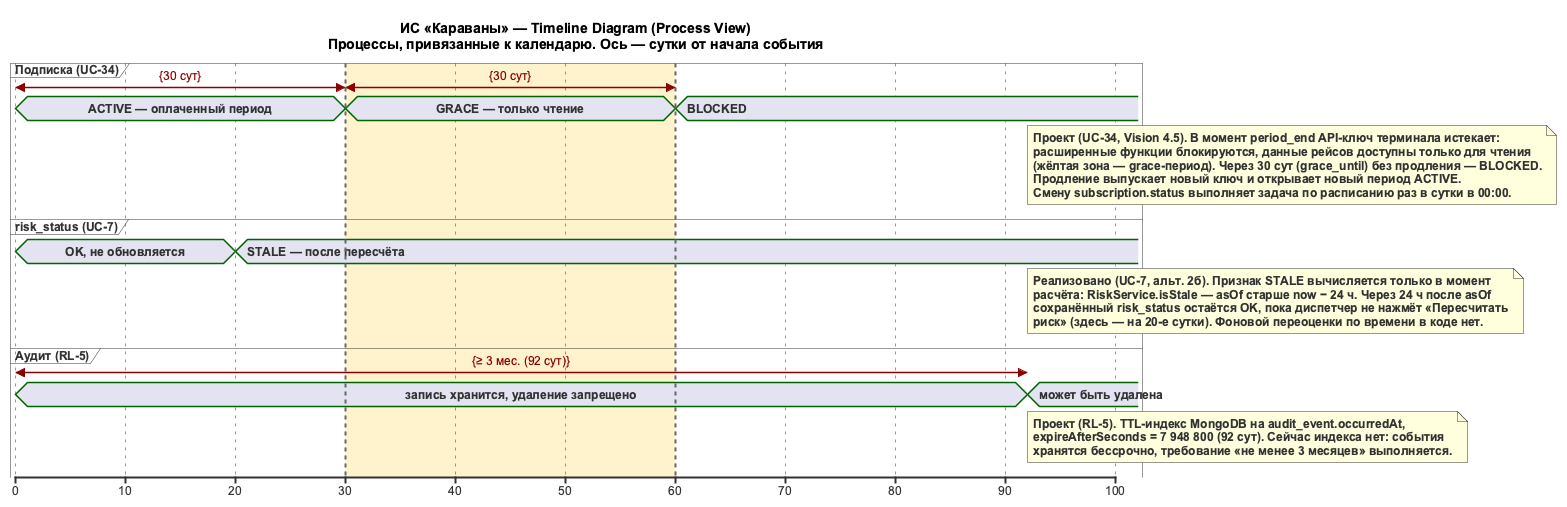
Above: docs/diagrams/out/TL_Calendar_ProcessView.png in granikartem/MPI (PlantUML), before the change. Its diagram source:
```plantuml
@startuml TL_Calendar_ProcessView
skinparam defaultFontName Arial
skinparam defaultFontSize 12

title ИС «Караваны» — Timeline Diagram (Process View)\nПроцессы, привязанные к календарю. Ось — сутки от начала события

scale 10 as 110 pixels

concise "Подписка (UC-34)" as SUB
concise "risk_status (UC-7)" as RISK
concise "Аудит (RL-5)" as AUD

@0
SUB is "ACTIVE — оплаченный период"
RISK is "OK, не обновляется"
AUD is "запись хранится, удаление запрещено"

@20
RISK is "STALE — после пересчёта"

@30
SUB is "GRACE — только чтение"

@60
SUB is "BLOCKED"

@92
AUD is "может быть удалена"

SUB@0 <-> @30 : {30 сут}
SUB@30 <-> @60 : {30 сут}
AUD@0 <-> @92 : {≥ 3 мес. (92 сут)}

highlight 30 to 60 #FFF2CC;line:DimGrey

note bottom of SUB
  **Проект (UC-34, Vision 4.5).** В момент period_end API-ключ терминала истекает:
  расширенные функции блокируются, данные рейсов доступны только для чтения
  (жёлтая зона — grace-период). Через 30 сут (grace_until) без продления — BLOCKED.
  Продление выпускает новый ключ и открывает новый период ACTIVE.
  Смену subscription.status выполняет задача по расписанию раз в сутки в 00:00.
end note

note bottom of RISK
  **Реализовано (UC-7, альт. 2б).** Признак STALE вычисляется только в момент
  расчёта: RiskService.isStale — asOf старше now − 24 ч. Через 24 ч после asOf
  сохранённый risk_status остаётся OK, пока диспетчер не нажмёт «Пересчитать
  риск» (здесь — на 20-е сутки). Фоновой переоценки по времени в коде нет.
end note

note bottom of AUD
  **Проект (RL-5).** TTL-индекс MongoDB на audit_event.occurredAt,
  expireAfterSeconds = 7 948 800 (92 сут). Сейчас индекса нет: события
  хранятся бессрочно, требование «не менее 3 месяцев» выполняется.
end note
@enduml
```
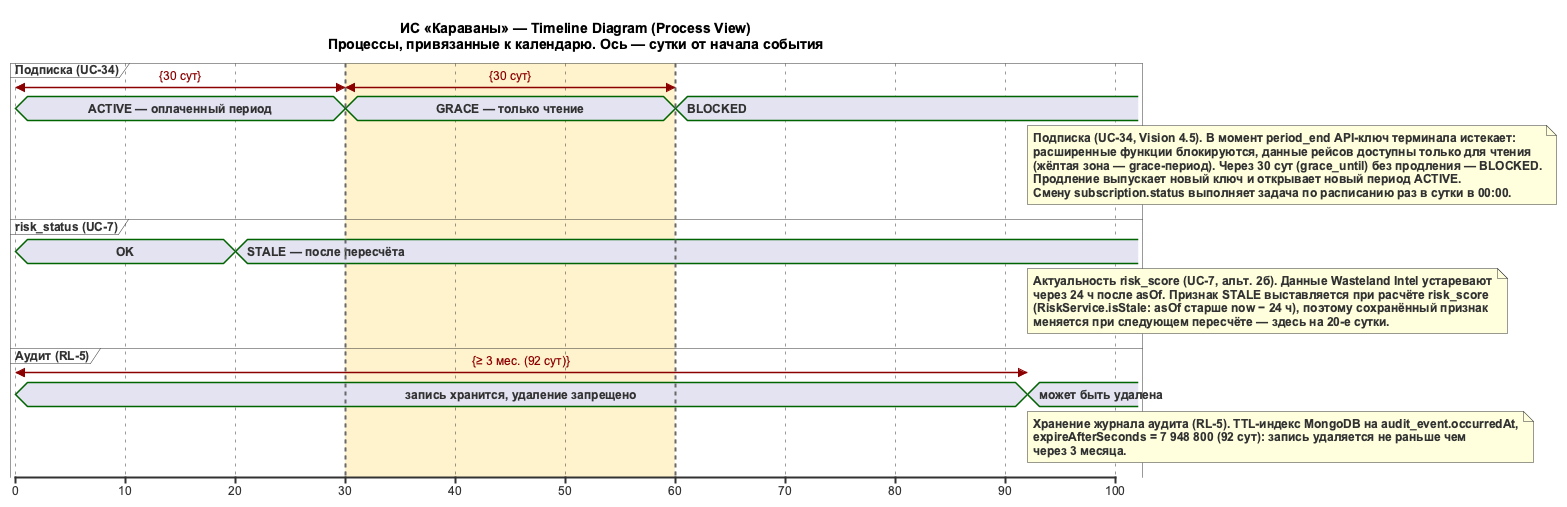
Above is the later version.

Diff of the diagram source:
```diff
@@ -12,7 +12,7 @@
 
 @0
 SUB is "ACTIVE — оплаченный период"
-RISK is "OK, не обновляется"
+RISK is "OK"
 AUD is "запись хранится, удаление запрещено"
 
 @20
@@ -34,7 +34,7 @@
 highlight 30 to 60 #FFF2CC;line:DimGrey
 
 note bottom of SUB
-  **Проект (UC-34, Vision 4.5).** В момент period_end API-ключ терминала истекает:
+  **Подписка (UC-34, Vision 4.5).** В момент period_end API-ключ терминала истекает:
   расширенные функции блокируются, данные рейсов доступны только для чтения
   (жёлтая зона — grace-период). Через 30 сут (grace_until) без продления — BLOCKED.
   Продление выпускает новый ключ и открывает новый период ACTIVE.
@@ -42,15 +42,15 @@
 end note
 
 note bottom of RISK
-  **Реализовано (UC-7, альт. 2б).** Признак STALE вычисляется только в момент
-  расчёта: RiskService.isStale — asOf старше now − 24 ч. Через 24 ч после asOf
-  сохранённый risk_status остаётся OK, пока диспетчер не нажмёт «Пересчитать
-  риск» (здесь — на 20-е сутки). Фоновой переоценки по времени в коде нет.
+  **Актуальность risk_score (UC-7, альт. 2б).** Данные Wasteland Intel устаревают
+  через 24 ч после asOf. Признак STALE выставляется при расчёте risk_score
+  (RiskService.isStale: asOf старше now − 24 ч), поэтому сохранённый признак
+  меняется при следующем пересчёте — здесь на 20-е сутки.
 end note
 
 note bottom of AUD
-  **Проект (RL-5).** TTL-индекс MongoDB на audit_event.occurredAt,
-  expireAfterSeconds = 7 948 800 (92 сут). Сейчас индекса нет: события
-  хранятся бессрочно, требование «не менее 3 месяцев» выполняется.
+  **Хранение журнала аудита (RL-5).** TTL-индекс MongoDB на audit_event.occurredAt,
+  expireAfterSeconds = 7 948 800 (92 сут): запись удаляется не раньше чем
+  через 3 месяца.
 end note
 @enduml
```
